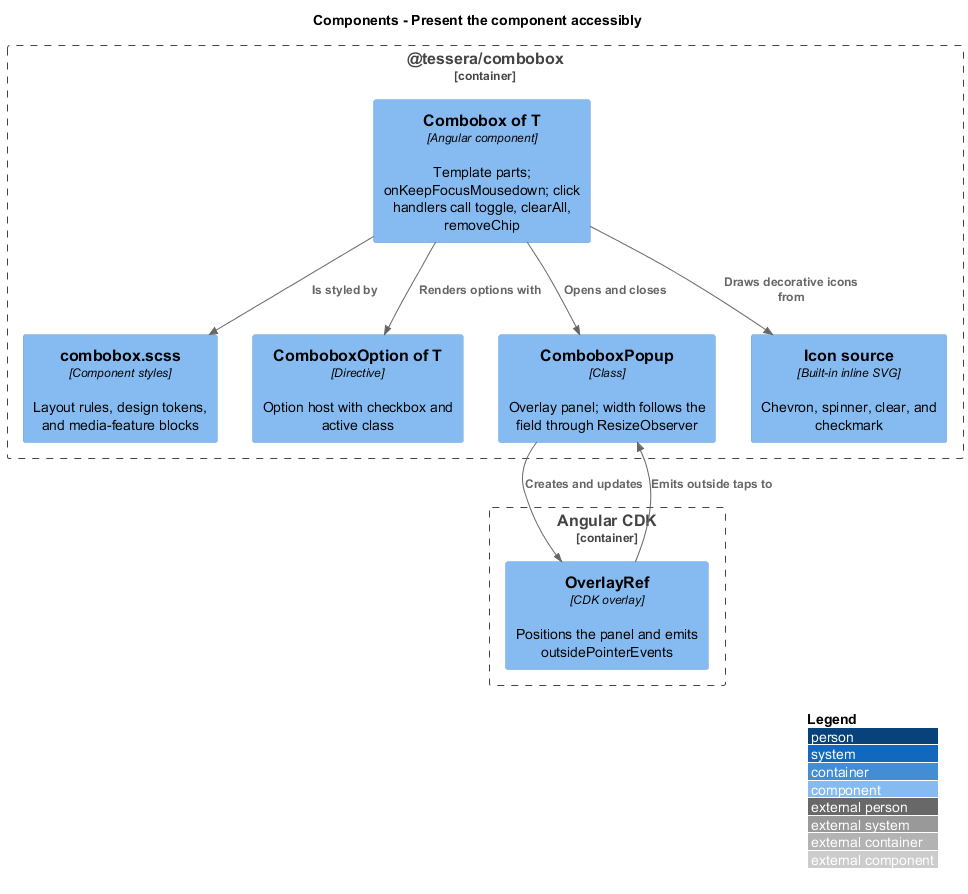
This is docs/detailed-designs/combobox/present-accessibly/diagrams/c4-component.png from QuinntyneBrown/Tessera, a PlantUML export, as it was before one commit.
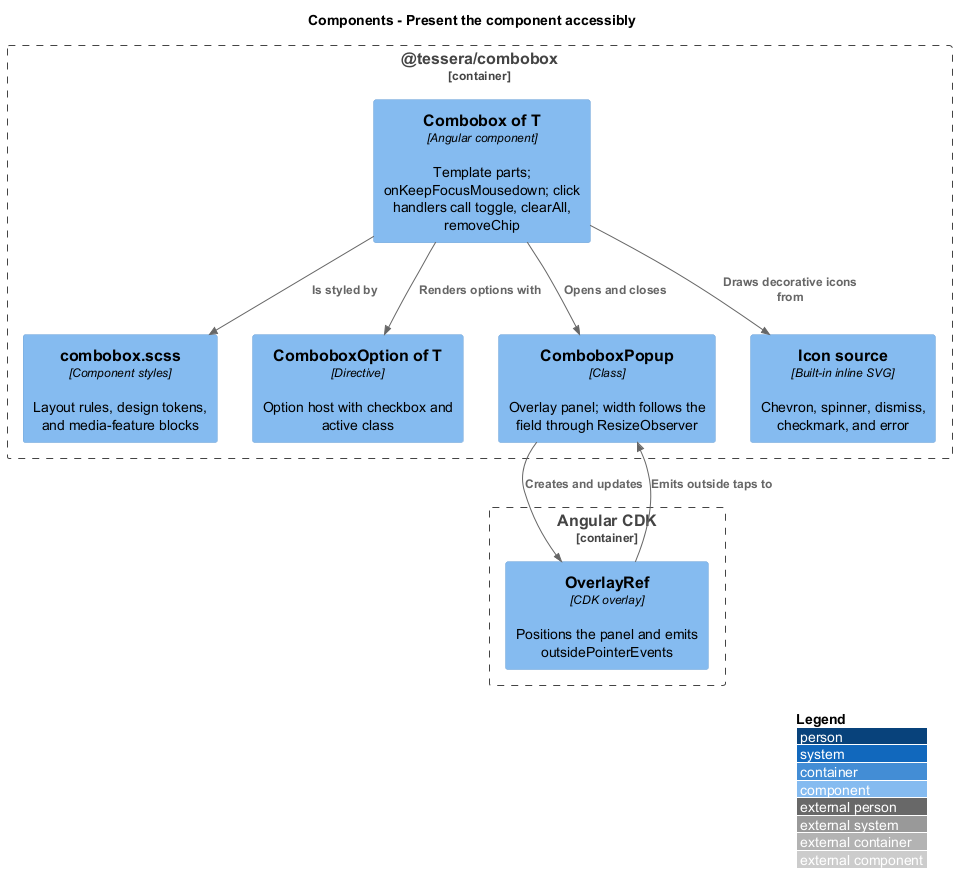
The same file after the commit.

Change to the diagram source:
```diff
@@ -8,7 +8,7 @@
   Component(styles, "combobox.scss", "Component styles", "Layout rules, design tokens, and media-feature blocks")
   Component(option, "ComboboxOption of T", "Directive", "Option host with checkbox and active class")
   Component(popup, "ComboboxPopup", "Class", "Overlay panel; width follows the field through ResizeObserver")
-  Component(icons, "Icon source", "Built-in inline SVG", "Chevron, spinner, clear, and checkmark")
+  Component(icons, "Icon source", "Built-in inline SVG", "Chevron, spinner, dismiss, checkmark, and error")
 }
 Container_Boundary(cdk, "Angular CDK") {
   Component(overlay, "OverlayRef", "CDK overlay", "Positions the panel and emits outsidePointerEvents")
```
